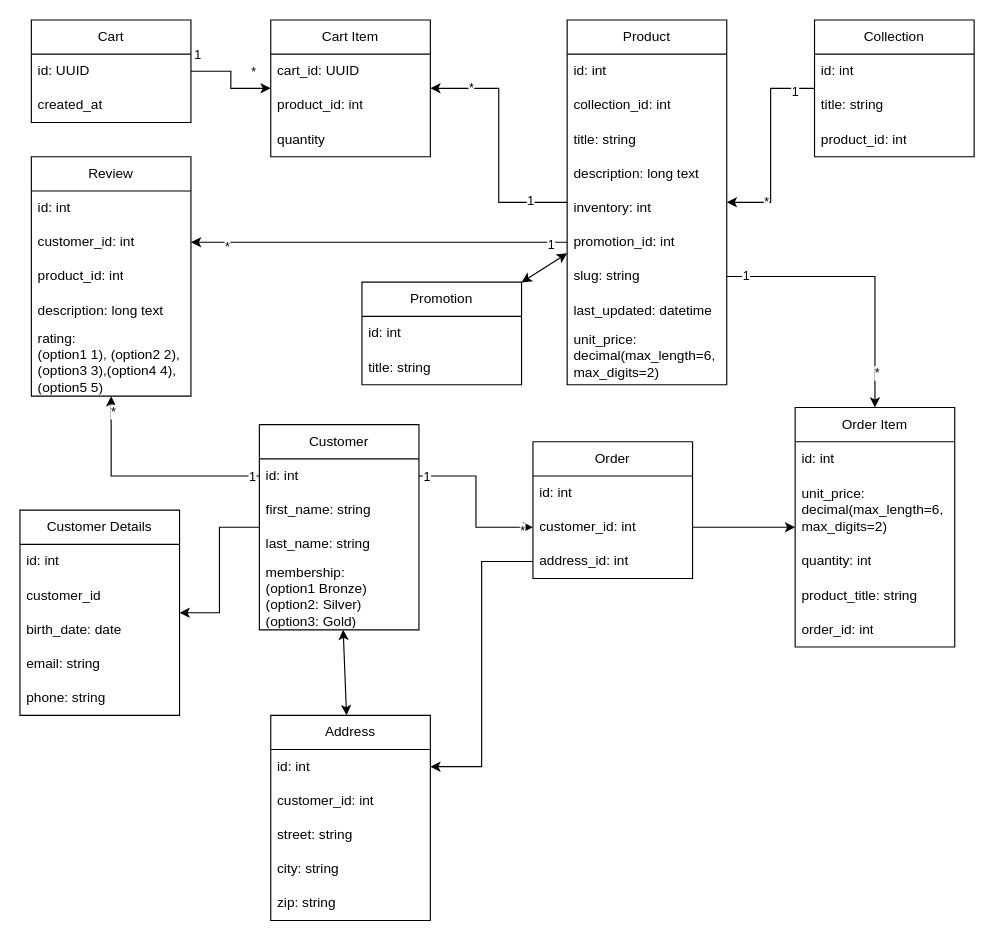
Before: StoreAPI.drawio in Linxuan-Chen/store_demo_backend, a draw.io diagram. Source tidied: cells renumbered, new cells numbered last; positions are measured from the earlier drawing's top-left corner, leaving out a move shared by most shapes. Both pictures are drawn from the tidied source at 114%, with x=0, y=0 at pixel (19, 19).
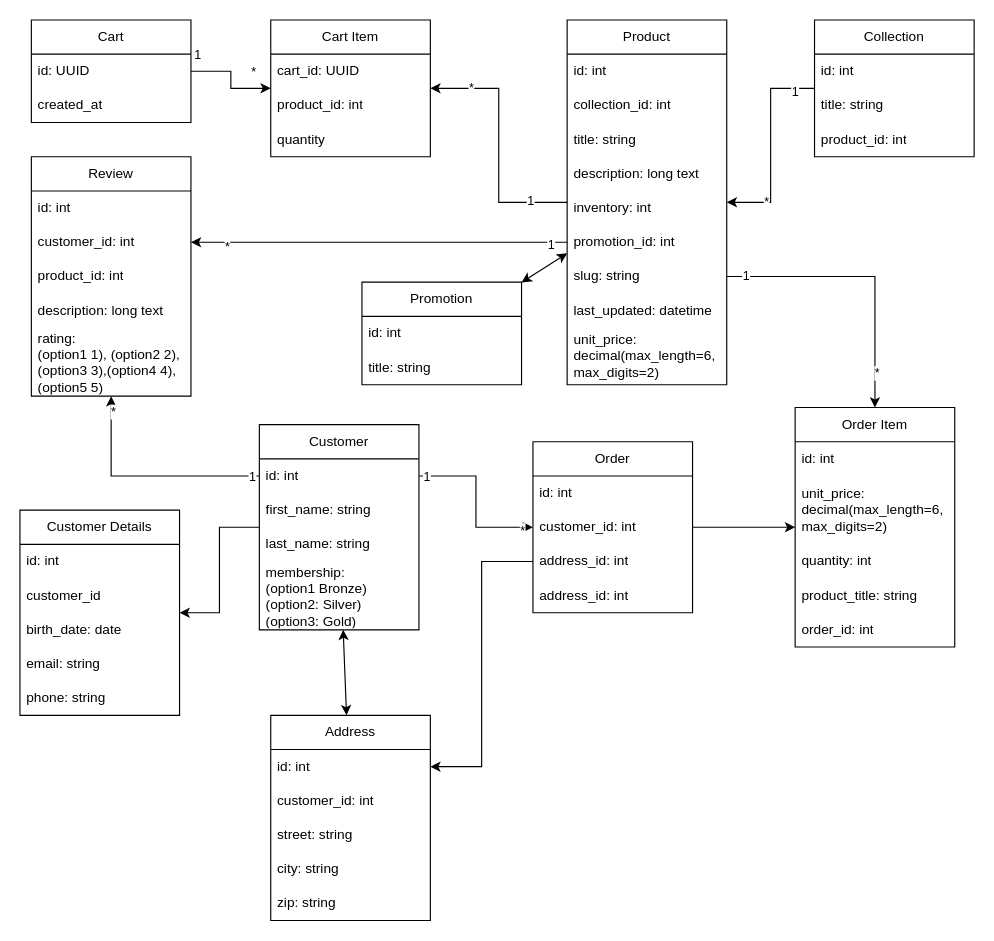
After the change.

Change to the diagram source:
```diff
@@
     <mxCell id="60" value="Order" style="swimlane;fontStyle=0;horizontal=1;startSize=30;whiteSpace=wrap;html=1;" parent="1" vertex="1">
-      <mxGeometry x="450" y="370" width="140" height="120" as="geometry" />
+      <mxGeometry x="450" y="370" width="140" height="150" as="geometry" />
     </mxCell>
@@
+    <mxCell id="85" value="address_id: int" style="text;strokeColor=none;fillColor=none;align=left;verticalAlign=middle;spacingLeft=4;spacingRight=4;overflow=hidden;whiteSpace=wrap;html=1;" parent="60" vertex="1">
+      <mxGeometry y="120" width="140" height="30" as="geometry" />
+    </mxCell>
```
